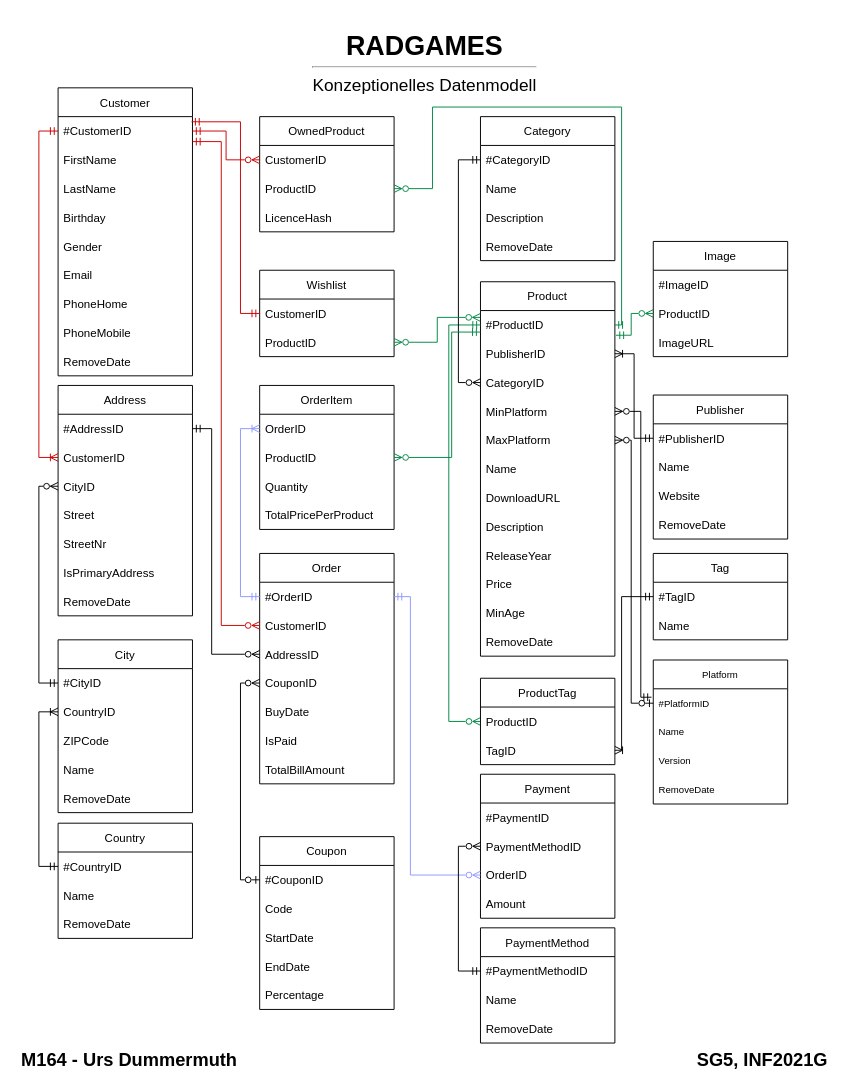
This is page "Konzeptionell" (1 of 3) of Konzepte/Datenmodell.drawio from TD99/gibb-m164, a draw.io file, before an edit. Source tidied: cells renumbered, new cells numbered last; positions are measured from the earlier drawing's top-left corner, leaving out a move shared by most shapes. Both pictures are drawn from the tidied source at 96%, with x=0, y=0 at pixel (16, 26).
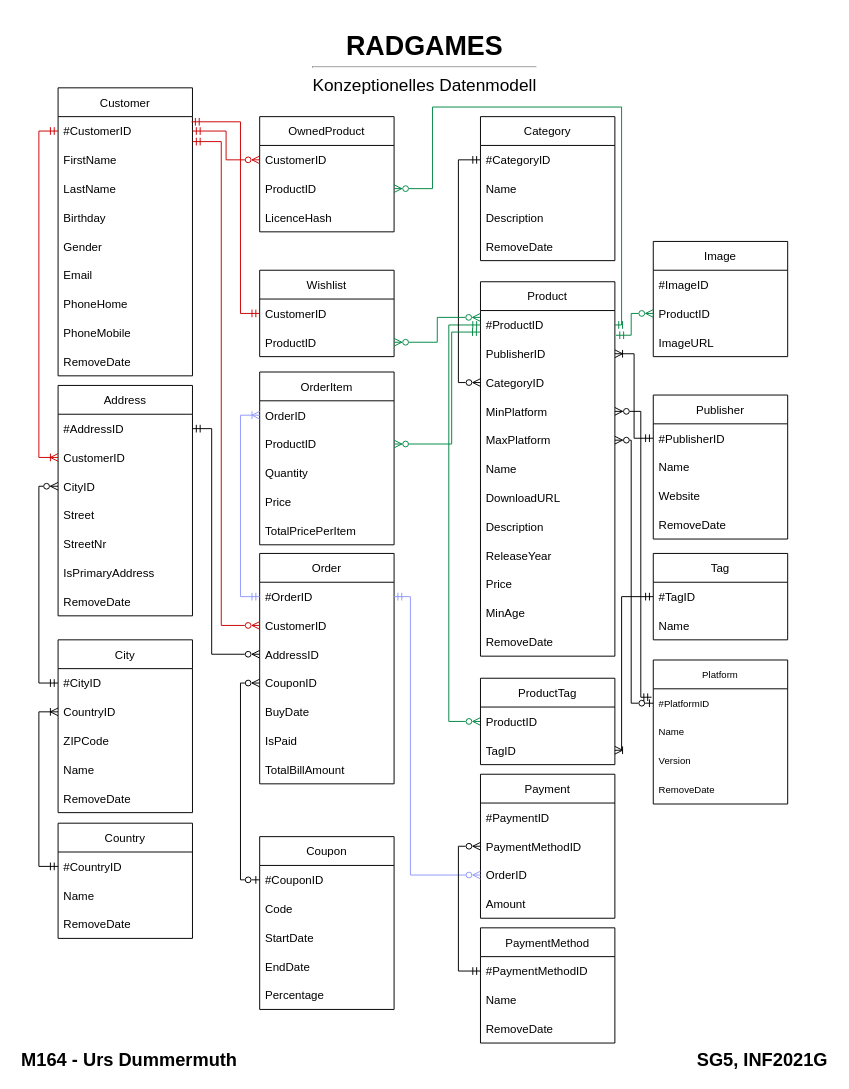
Above is the later version.

The change refers to these unchanged cells:
```xml
<mxCell id="44" value="#ProductID" style="text;strokeColor=none;fillColor=none;align=left;verticalAlign=middle;spacingLeft=4;spacingRight=4;overflow=hidden;points=[[0,0.5],[1,0.5]];portConstraint=eastwest;" parent="43" vertex="1">
  <mxGeometry y="30" width="140" height="30" as="geometry" />
</mxCell>
<mxCell id="73" value="ProductID" style="text;strokeColor=none;fillColor=none;align=left;verticalAlign=middle;spacingLeft=4;spacingRight=4;overflow=hidden;points=[[0,0.5],[1,0.5]];portConstraint=eastwest;" parent="71" vertex="1">
  <mxGeometry y="60" width="140" height="30" as="geometry" />
</mxCell>
```

Diff of the diagram source:
```diff
@@
     <mxCell id="71" value="OrderItem" style="swimlane;fontStyle=0;horizontal=1;startSize=30;fillColor=none;" parent="1" vertex="1">
-      <mxGeometry x="253" y="374" width="140" height="150" as="geometry" />
+      <mxGeometry x="253" y="360" width="140" height="180" as="geometry" />
     </mxCell>
@@
+    <mxCell id="127" value="Price" style="text;strokeColor=none;fillColor=none;align=left;verticalAlign=middle;spacingLeft=4;spacingRight=4;overflow=hidden;" parent="71" vertex="1">
+      <mxGeometry y="120" width="140" height="30" as="geometry" />
+    </mxCell>
-    <mxCell id="75" value="TotalPricePerProduct" style="text;strokeColor=none;fillColor=none;align=left;verticalAlign=middle;spacingLeft=4;spacingRight=4;overflow=hidden;" parent="71" vertex="1">
-      <mxGeometry y="120" width="140" height="30" as="geometry" />
+    <mxCell id="75" value="TotalPricePerItem" style="text;strokeColor=none;fillColor=none;align=left;verticalAlign=middle;spacingLeft=4;spacingRight=4;overflow=hidden;" parent="71" vertex="1">
+      <mxGeometry y="150" width="140" height="30" as="geometry" />
     </mxCell>
@@
     <mxCell id="102" style="edgeStyle=orthogonalEdgeStyle;rounded=0;jettySize=auto;html=1;entryX=-0.002;entryY=0.747;entryDx=0;entryDy=0;entryPerimeter=0;startArrow=ERzeroToMany;startFill=0;endArrow=ERmandOne;endFill=0;strokeColor=#008744;exitX=1;exitY=0.5;exitDx=0;exitDy=0;" parent="1" edge="1" source="73" target="44">
       <mxGeometry relative="1" as="geometry">
         <Array as="points">
-          <mxPoint x="453" y="449" />
+          <mxPoint x="453" y="435" />
           <mxPoint x="453" y="318" />
         </Array>
       </mxGeometry>
     </mxCell>
```
